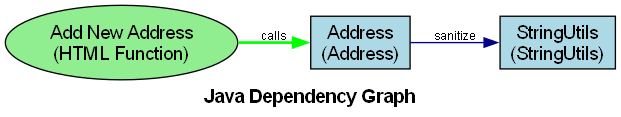
Before: dependencies.png, a diagram exported from Graphviz (tudao164/DependGraphForJava2). Its source is kept beside it as dependencies.dot.
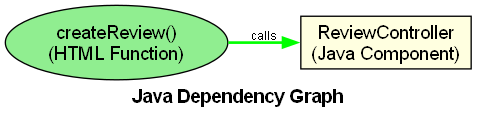
Above is the later version.

Diff of the diagram source:
```diff
@@ -4,11 +4,9 @@
     edge [fontname="Arial", fontsize=9, color=darkblue];
     graph [fontname="Arial Bold", fontsize=14, label="Java Dependency Graph"];
 
-    "StringUtils" [label="StringUtils\n(StringUtils)", URL="javascript:showNodeInfo('StringUtils')", fillcolor="lightblue"];
-    "Address" [label="Address\n(Address)", URL="javascript:showNodeInfo('Address')", fillcolor="lightblue"];
 
-    "Address" -> "StringUtils" [label="sanitize", URL="javascript:showEdgeInfo('Address', 'StringUtils')"];
 
-    "HTML_Add_New_Address" [label="Add New Address\n(HTML Function)", URL="javascript:showNodeInfo('HTML_Add_New_Address')", fillcolor="lightgreen", shape="ellipse"];
-    "HTML_Add_New_Address" -> "Address" [label="calls", URL="javascript:showEdgeInfo('HTML_Add_New_Address', 'Address')", color="green", style="bold"];
+    "HTML_createReview" [label="createReview()\n(HTML Function)", URL="javascript:showNodeInfo('HTML_createReview')", fillcolor="lightgreen", shape="ellipse"];
+    "Java_ReviewController" [label="ReviewController\n(Java Component)", URL="javascript:showNodeInfo('Java_ReviewController')", fillcolor="lightyellow"];
+    "HTML_createReview" -> "Java_ReviewController" [label="calls", URL="javascript:showEdgeInfo('HTML_createReview', 'Java_ReviewController')", color="green", style="bold"];
 }
```
